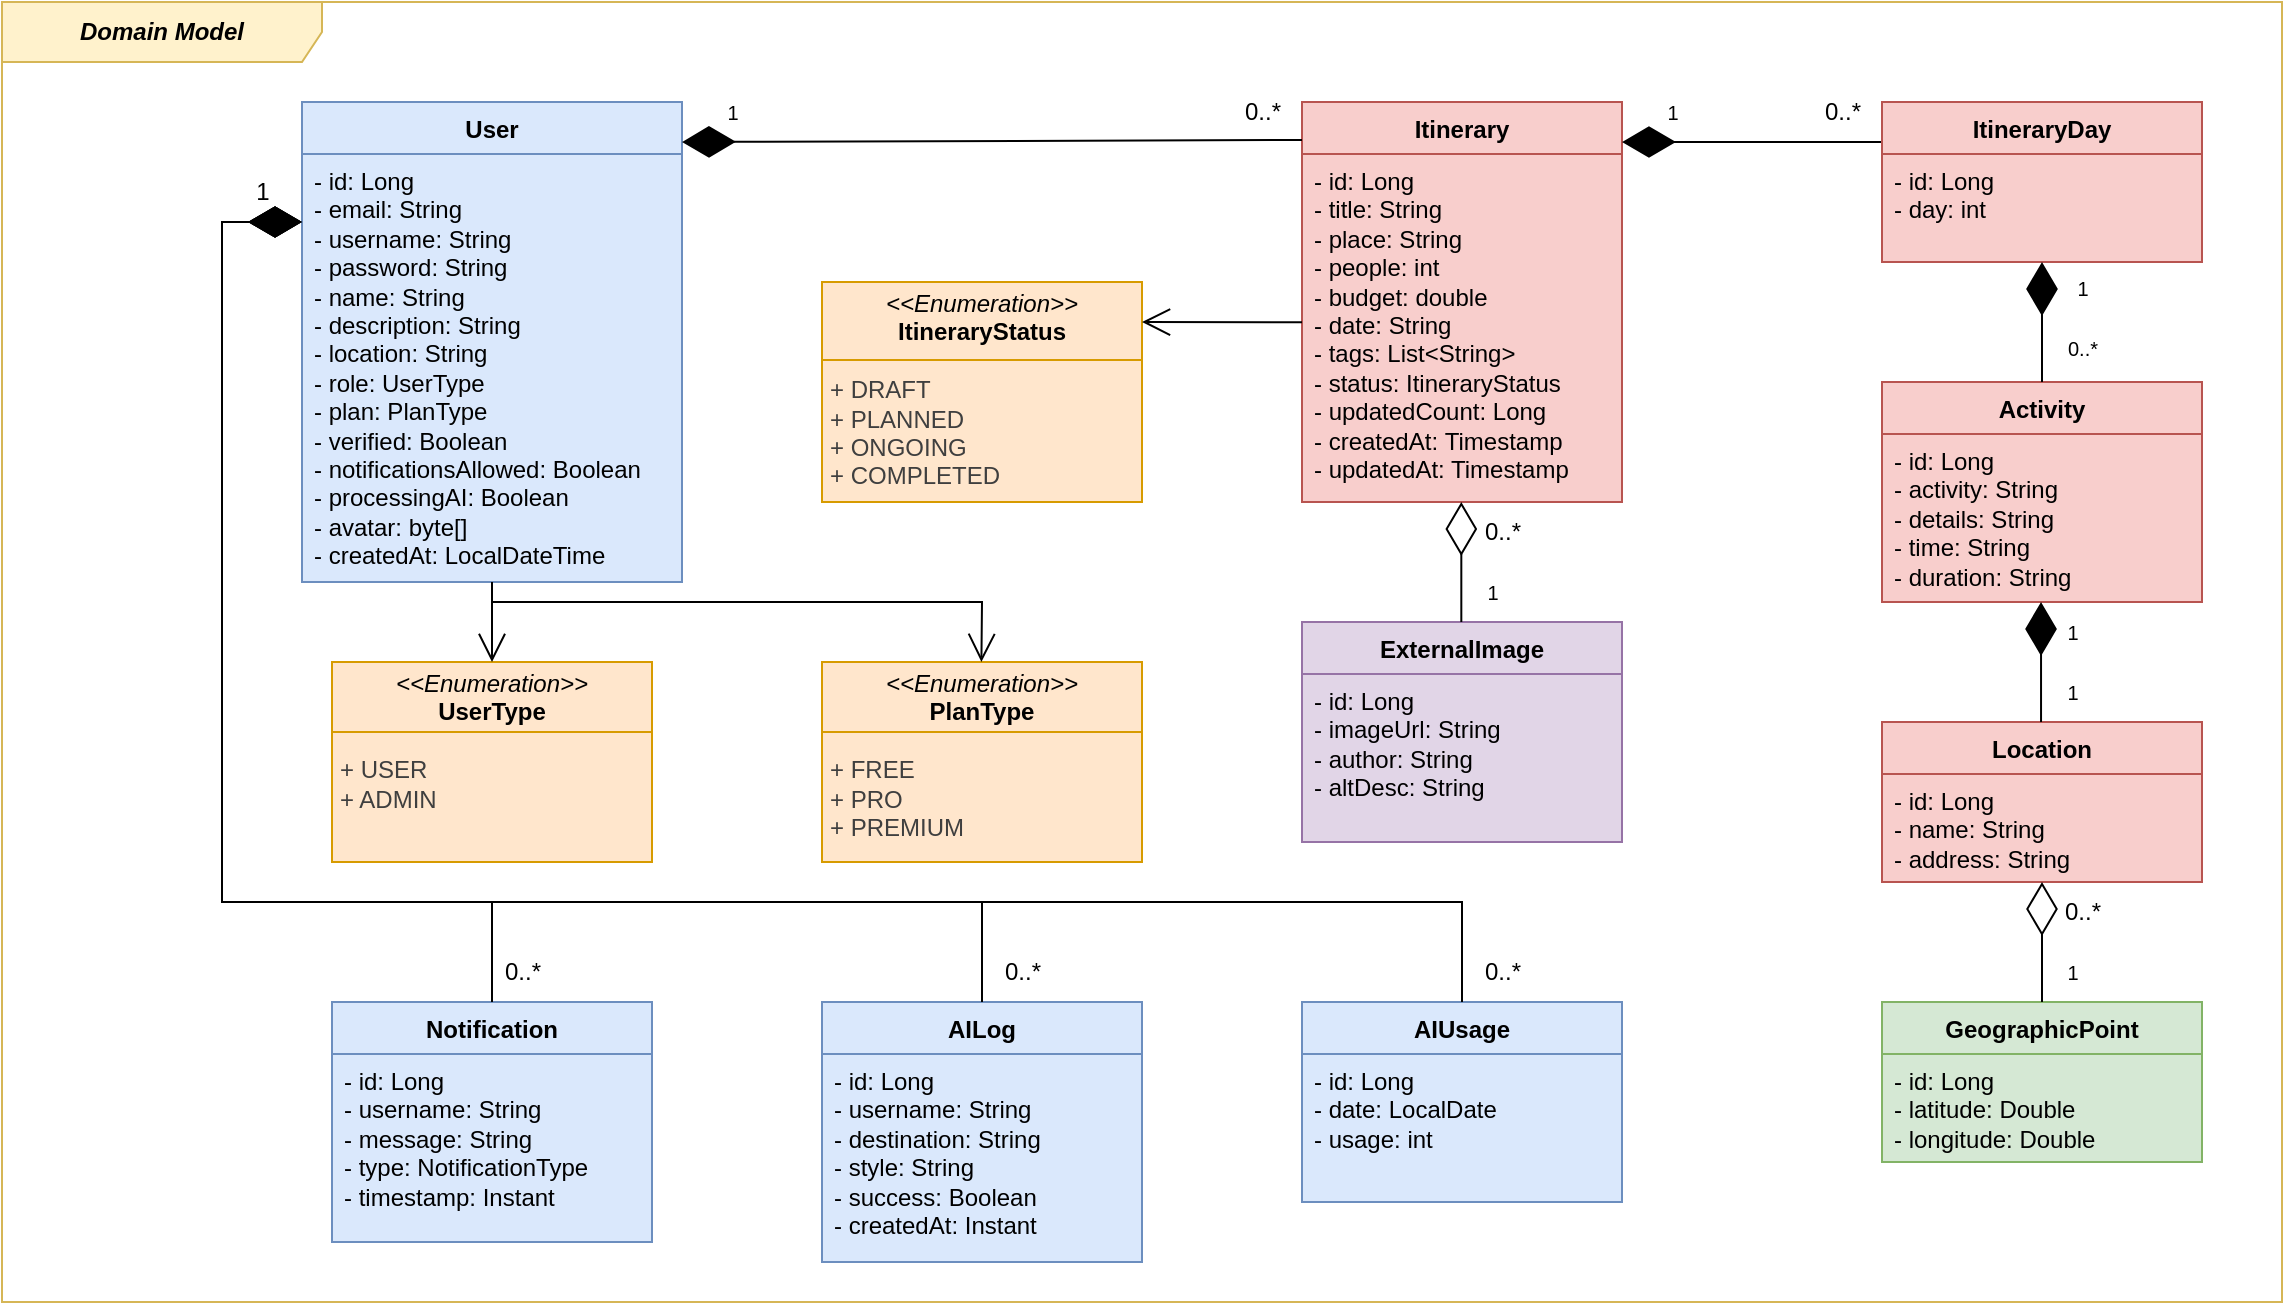
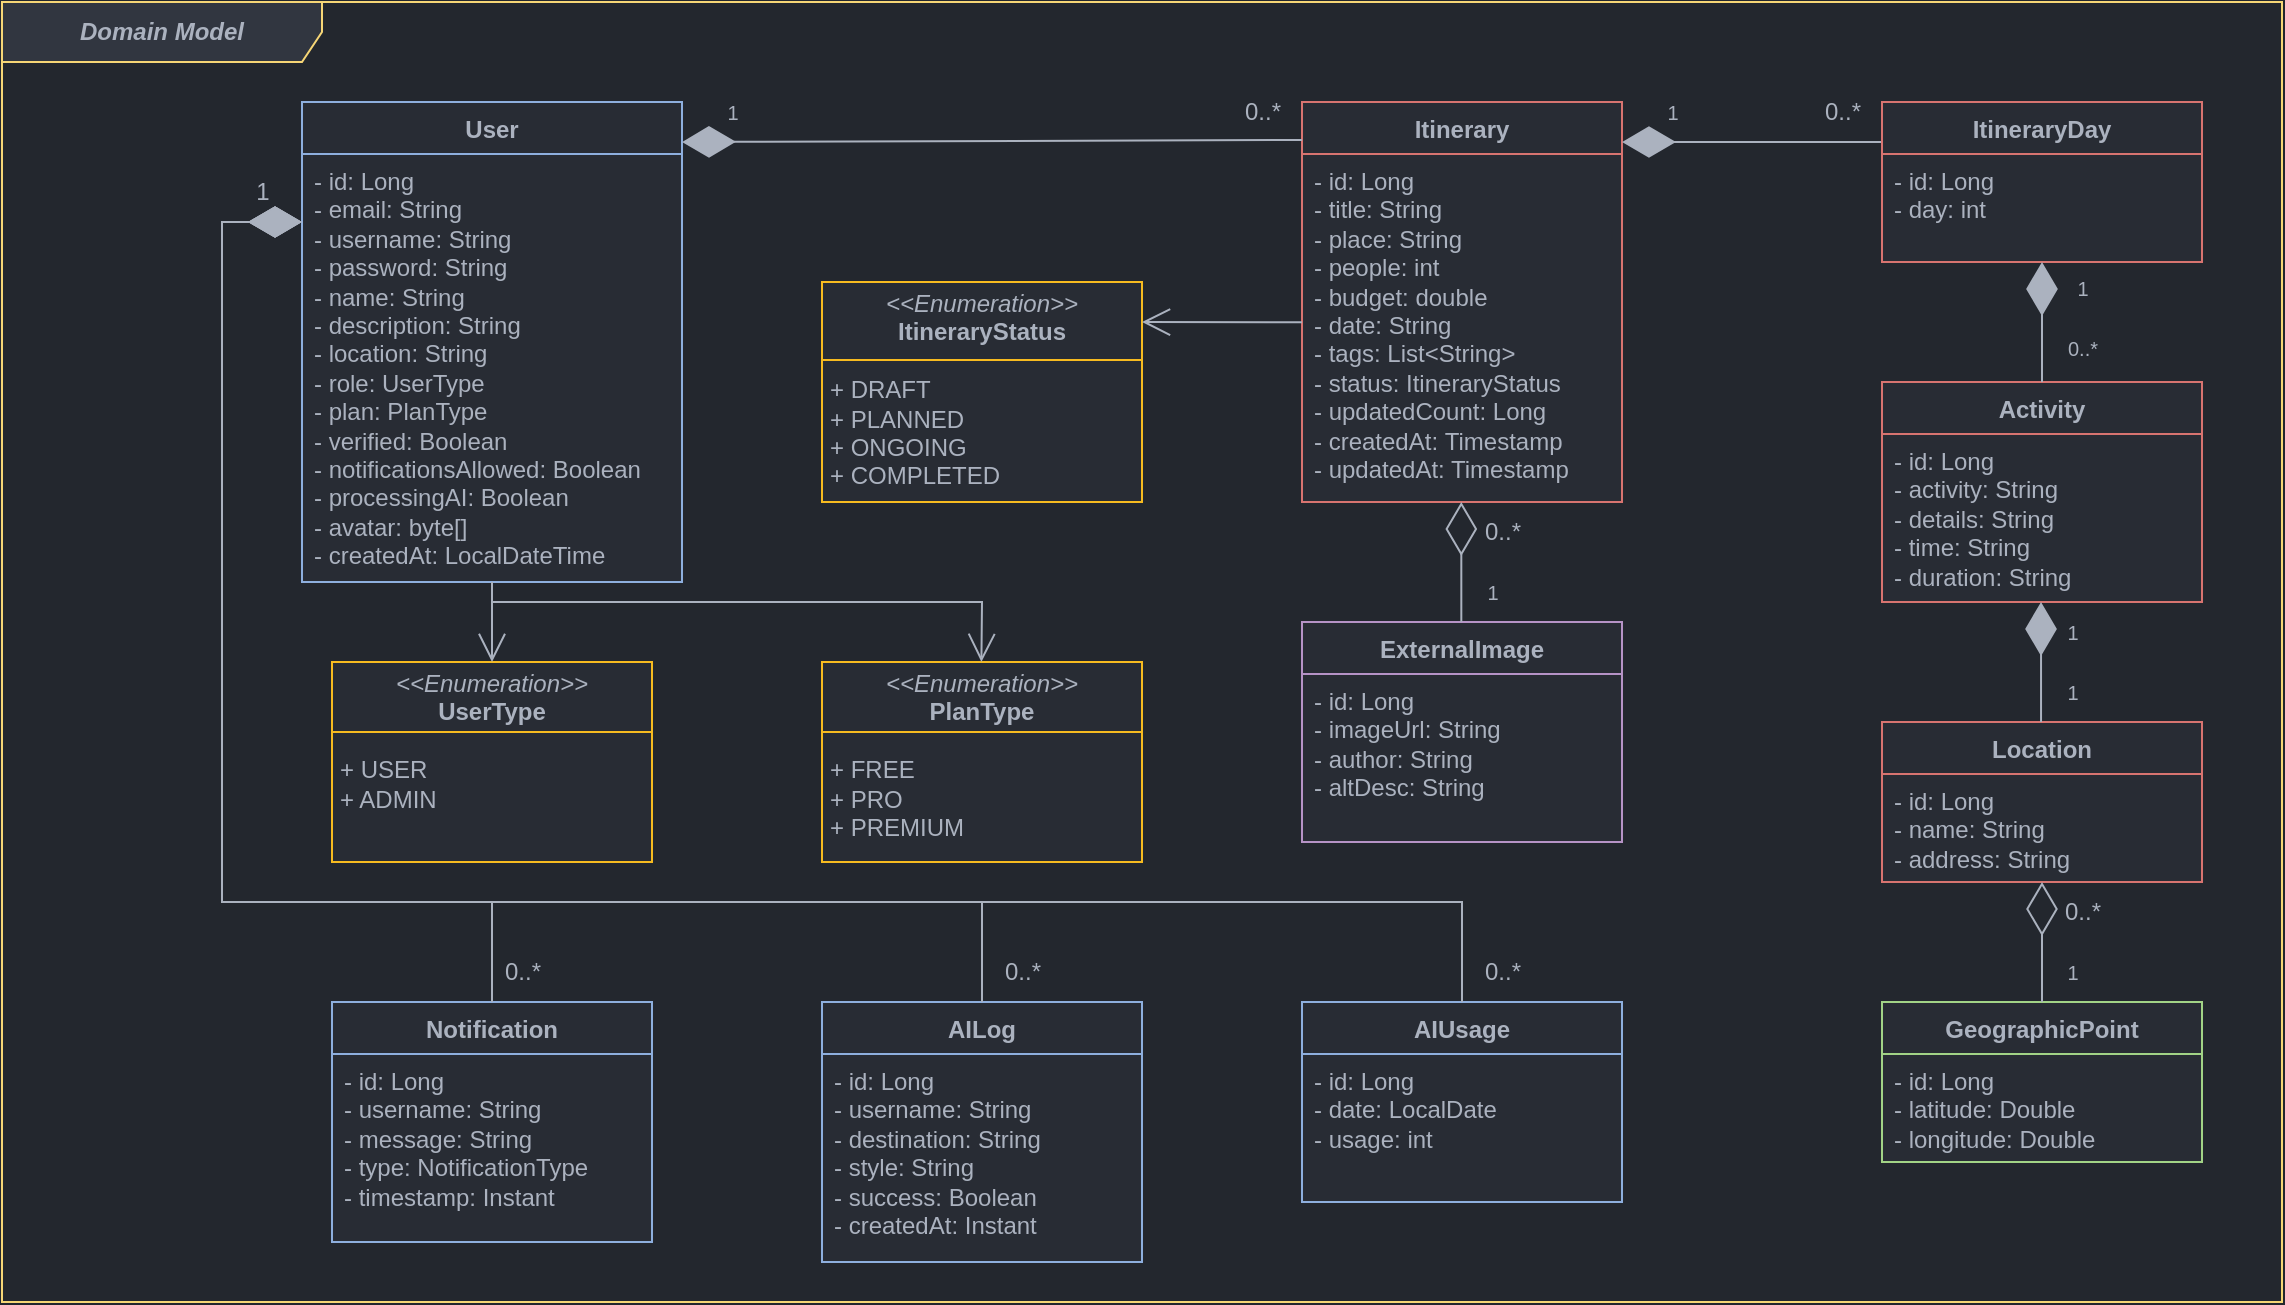
<mxfile host="65bd71144e">
    <diagram id="azJ6MKaJCP1aDgixRCS6" name="Page-1">
-         <mxGraphModel dx="1948" dy="975" grid="1" gridSize="10" guides="1" tooltips="1" connect="1" arrows="1" fold="1" page="1" pageScale="1" pageWidth="1654" pageHeight="1169" background="#FFFFFF" math="0" shadow="0">
+         <mxGraphModel dx="2032" dy="1268" grid="1" gridSize="10" guides="1" tooltips="1" connect="1" arrows="1" fold="1" page="1" pageScale="1" pageWidth="1654" pageHeight="1169" background="#23272e" math="0" shadow="0">
            <root>
                <mxCell id="0"/>
                <mxCell id="1" parent="0"/>
-                 <mxCell id="61" value="&lt;b&gt;&lt;i&gt;Domain Model&lt;/i&gt;&lt;/b&gt;" style="shape=umlFrame;whiteSpace=wrap;html=1;pointerEvents=0;recursiveResize=0;container=1;collapsible=0;width=160;swimlaneFillColor=default;fillColor=#fff2cc;strokeColor=#d6b656;movable=1;resizable=1;rotatable=1;deletable=1;editable=1;connectable=1;" parent="1" vertex="1">
+                 <mxCell id="61" value="&lt;b&gt;&lt;i&gt;Domain Model&lt;/i&gt;&lt;/b&gt;" style="shape=umlFrame;whiteSpace=wrap;html=1;pointerEvents=0;recursiveResize=0;container=1;collapsible=0;width=160;swimlaneFillColor=#23272e;fillColor=#313640;strokeColor=#F6D676;movable=1;resizable=1;rotatable=1;deletable=1;editable=1;connectable=1;fontColor=#abb2bf;" parent="1" vertex="1">
                    <mxGeometry x="170" y="110" width="1140" height="650" as="geometry"/>
                </mxCell>
-                 <mxCell id="39" value="&lt;font style=&quot;font-size: 10px;&quot;&gt;1&lt;/font&gt;" style="text;html=1;align=center;verticalAlign=middle;resizable=0;points=[];autosize=1;strokeColor=none;fillColor=none;imageAspect=1;imageWidth=12;noLabel=0;" parent="61" vertex="1">
+                 <mxCell id="39" value="&lt;font style=&quot;font-size: 10px;&quot;&gt;1&lt;/font&gt;" style="text;html=1;align=center;verticalAlign=middle;resizable=0;points=[];autosize=1;strokeColor=none;fillColor=none;imageAspect=1;imageWidth=12;noLabel=0;fontColor=#abb2bf;" parent="61" vertex="1">
                    <mxGeometry x="820" y="40" width="30" height="30" as="geometry"/>
                </mxCell>
-                 <mxCell id="10" value="Itinerary" style="swimlane;fontStyle=1;align=center;verticalAlign=top;childLayout=stackLayout;horizontal=1;startSize=26;horizontalStack=0;resizeParent=1;resizeParentMax=0;resizeLast=0;collapsible=0;marginBottom=0;whiteSpace=wrap;html=1;fillColor=#f8cecc;strokeColor=#b85450;" parent="61" vertex="1">
+                 <mxCell id="10" value="Itinerary" style="swimlane;fontStyle=1;align=center;verticalAlign=top;childLayout=stackLayout;horizontal=1;startSize=26;horizontalStack=0;resizeParent=1;resizeParentMax=0;resizeLast=0;collapsible=0;marginBottom=0;whiteSpace=wrap;html=1;fillColor=#282C34;strokeColor=#D87470;fontColor=#abb2bf;" parent="61" vertex="1">
                    <mxGeometry x="650" y="50" width="160" height="200" as="geometry">
                        <mxRectangle x="430" y="150" width="100" height="30" as="alternateBounds"/>
                    </mxGeometry>
                </mxCell>
-                 <mxCell id="11" value="- id: Long&lt;div&gt;- title: String&lt;/div&gt;&lt;div&gt;- place: String&lt;/div&gt;&lt;div&gt;- people: int&lt;/div&gt;&lt;div&gt;- budget: double&lt;/div&gt;&lt;div&gt;- date: String&lt;/div&gt;&lt;div&gt;- tags: List&amp;lt;String&amp;gt;&lt;/div&gt;&lt;div&gt;- status: ItineraryStatus&lt;/div&gt;&lt;div&gt;- updatedCount: Long&lt;/div&gt;&lt;div&gt;- createdAt:&amp;nbsp;Timestamp&lt;/div&gt;&lt;div&gt;- updatedAt: Timestamp&lt;/div&gt;" style="text;strokeColor=#b85450;fillColor=#f8cecc;align=left;verticalAlign=top;spacingLeft=4;spacingRight=4;overflow=hidden;rotatable=0;points=[[0,0.5],[1,0.5]];portConstraint=eastwest;whiteSpace=wrap;html=1;" parent="10" vertex="1">
+                 <mxCell id="11" value="- id: Long&lt;div&gt;- title: String&lt;/div&gt;&lt;div&gt;- place: String&lt;/div&gt;&lt;div&gt;- people: int&lt;/div&gt;&lt;div&gt;- budget: double&lt;/div&gt;&lt;div&gt;- date: String&lt;/div&gt;&lt;div&gt;- tags: List&amp;lt;String&amp;gt;&lt;/div&gt;&lt;div&gt;- status: ItineraryStatus&lt;/div&gt;&lt;div&gt;- updatedCount: Long&lt;/div&gt;&lt;div&gt;- createdAt:&amp;nbsp;Timestamp&lt;/div&gt;&lt;div&gt;- updatedAt: Timestamp&lt;/div&gt;" style="text;strokeColor=#D87470;fillColor=#282C34;align=left;verticalAlign=top;spacingLeft=4;spacingRight=4;overflow=hidden;rotatable=0;points=[[0,0.5],[1,0.5]];portConstraint=eastwest;whiteSpace=wrap;html=1;fontColor=#abb2bf;" parent="10" vertex="1">
                    <mxGeometry y="26" width="160" height="174" as="geometry"/>
                </mxCell>
-                 <mxCell id="105" value="ExternalImage" style="swimlane;fontStyle=1;align=center;verticalAlign=top;childLayout=stackLayout;horizontal=1;startSize=26;horizontalStack=0;resizeParent=1;resizeParentMax=0;resizeLast=0;collapsible=0;marginBottom=0;whiteSpace=wrap;html=1;fillColor=#e1d5e7;strokeColor=#9673a6;" parent="61" vertex="1">
+                 <mxCell id="105" value="ExternalImage" style="swimlane;fontStyle=1;align=center;verticalAlign=top;childLayout=stackLayout;horizontal=1;startSize=26;horizontalStack=0;resizeParent=1;resizeParentMax=0;resizeLast=0;collapsible=0;marginBottom=0;whiteSpace=wrap;html=1;fillColor=#282C34;strokeColor=#B693C6;fontColor=#abb2bf;" parent="61" vertex="1">
                    <mxGeometry x="650" y="310" width="160" height="110" as="geometry"/>
                </mxCell>
-                 <mxCell id="106" value="- id: Long&lt;div&gt;- imageUrl: String&lt;/div&gt;&lt;div&gt;- author: String&lt;/div&gt;&lt;div&gt;- altDesc: String&lt;/div&gt;" style="text;strokeColor=#9673a6;fillColor=#e1d5e7;align=left;verticalAlign=top;spacingLeft=4;spacingRight=4;overflow=hidden;rotatable=0;points=[[0,0.5],[1,0.5]];portConstraint=eastwest;whiteSpace=wrap;html=1;" parent="105" vertex="1">
+                 <mxCell id="106" value="- id: Long&lt;div&gt;- imageUrl: String&lt;/div&gt;&lt;div&gt;- author: String&lt;/div&gt;&lt;div&gt;- altDesc: String&lt;/div&gt;" style="text;strokeColor=#B693C6;fillColor=#282C34;align=left;verticalAlign=top;spacingLeft=4;spacingRight=4;overflow=hidden;rotatable=0;points=[[0,0.5],[1,0.5]];portConstraint=eastwest;whiteSpace=wrap;html=1;fontColor=#abb2bf;" parent="105" vertex="1">
                    <mxGeometry y="26" width="160" height="84" as="geometry"/>
                </mxCell>
-                 <mxCell id="3" value="&lt;p style=&quot;margin:0px;margin-top:4px;text-align:center;&quot;&gt;&lt;i&gt;&amp;lt;&amp;lt;Enumeration&amp;gt;&amp;gt;&lt;/i&gt;&lt;br&gt;&lt;b&gt;ItineraryStatus&lt;/b&gt;&lt;/p&gt;&lt;p style=&quot;color: rgb(63, 63, 63); scrollbar-color: rgb(226, 226, 226) rgb(251, 251, 251); margin: 0px 0px 0px 4px;&quot;&gt;&lt;br&gt;&lt;/p&gt;&lt;p style=&quot;color: rgb(63, 63, 63); scrollbar-color: rgb(226, 226, 226) rgb(251, 251, 251); margin: 0px 0px 0px 4px;&quot;&gt;+ DRAFT&lt;/p&gt;&lt;p style=&quot;color: rgb(63, 63, 63); scrollbar-color: rgb(226, 226, 226) rgb(251, 251, 251); margin: 0px 0px 0px 4px;&quot;&gt;+ PLANNED&lt;/p&gt;&lt;p style=&quot;color: rgb(63, 63, 63); scrollbar-color: rgb(226, 226, 226) rgb(251, 251, 251); margin: 0px 0px 0px 4px;&quot;&gt;+ ONGOING&lt;/p&gt;&lt;p style=&quot;color: rgb(63, 63, 63); scrollbar-color: rgb(226, 226, 226) rgb(251, 251, 251); margin: 0px 0px 0px 4px;&quot;&gt;+ COMPLETED&lt;/p&gt;" style="verticalAlign=top;align=left;overflow=fill;html=1;whiteSpace=wrap;fillColor=#ffe6cc;strokeColor=#d79b00;" parent="61" vertex="1">
+                 <mxCell id="3" value="&lt;p style=&quot;margin:0px;margin-top:4px;text-align:center;&quot;&gt;&lt;i&gt;&amp;lt;&amp;lt;Enumeration&amp;gt;&amp;gt;&lt;/i&gt;&lt;br&gt;&lt;b&gt;ItineraryStatus&lt;/b&gt;&lt;/p&gt;&lt;p style=&quot;color: #abb2bf; scrollbar-color: rgb(226, 226, 226) rgb(251, 251, 251); margin: 0px 0px 0px 4px;&quot;&gt;&lt;br&gt;&lt;/p&gt;&lt;p style=&quot;color: #abb2bf; scrollbar-color: rgb(226, 226, 226) rgb(251, 251, 251); margin: 0px 0px 0px 4px;&quot;&gt;+ DRAFT&lt;/p&gt;&lt;p style=&quot;color: #abb2bf; scrollbar-color: rgb(226, 226, 226) rgb(251, 251, 251); margin: 0px 0px 0px 4px;&quot;&gt;+ PLANNED&lt;/p&gt;&lt;p style=&quot;color: #abb2bf; scrollbar-color: rgb(226, 226, 226) rgb(251, 251, 251); margin: 0px 0px 0px 4px;&quot;&gt;+ ONGOING&lt;/p&gt;&lt;p style=&quot;color: #abb2bf; scrollbar-color: rgb(226, 226, 226) rgb(251, 251, 251); margin: 0px 0px 0px 4px;&quot;&gt;+ COMPLETED&lt;/p&gt;" style="verticalAlign=top;align=left;overflow=fill;html=1;whiteSpace=wrap;fillColor=#282C34;strokeColor=#F7BB20;fontColor=#abb2bf;" parent="61" vertex="1">
                    <mxGeometry x="410" y="140" width="160" height="110" as="geometry"/>
                </mxCell>
-                 <mxCell id="107" value="AILog" style="swimlane;fontStyle=1;align=center;verticalAlign=top;childLayout=stackLayout;horizontal=1;startSize=26;horizontalStack=0;resizeParent=1;resizeParentMax=0;resizeLast=0;collapsible=0;marginBottom=0;whiteSpace=wrap;html=1;fillColor=#dae8fc;strokeColor=#6c8ebf;" parent="61" vertex="1">
+                 <mxCell id="107" value="AILog" style="swimlane;fontStyle=1;align=center;verticalAlign=top;childLayout=stackLayout;horizontal=1;startSize=26;horizontalStack=0;resizeParent=1;resizeParentMax=0;resizeLast=0;collapsible=0;marginBottom=0;whiteSpace=wrap;html=1;fillColor=#282C34;strokeColor=#8EAFDE;fontColor=#abb2bf;" parent="61" vertex="1">
                    <mxGeometry x="410" y="500" width="160" height="130" as="geometry"/>
                </mxCell>
-                 <mxCell id="108" value="- id: Long&lt;div&gt;- username: String&lt;/div&gt;&lt;div&gt;- destination: String&lt;/div&gt;&lt;div&gt;- style: String&lt;/div&gt;&lt;div&gt;- success: Boolean&lt;/div&gt;&lt;div&gt;- createdAt: Instant&lt;/div&gt;" style="text;strokeColor=#6c8ebf;fillColor=#dae8fc;align=left;verticalAlign=top;spacingLeft=4;spacingRight=4;overflow=hidden;rotatable=0;points=[[0,0.5],[1,0.5]];portConstraint=eastwest;whiteSpace=wrap;html=1;" parent="107" vertex="1">
+                 <mxCell id="108" value="- id: Long&lt;div&gt;- username: String&lt;/div&gt;&lt;div&gt;- destination: String&lt;/div&gt;&lt;div&gt;- style: String&lt;/div&gt;&lt;div&gt;- success: Boolean&lt;/div&gt;&lt;div&gt;- createdAt: Instant&lt;/div&gt;" style="text;strokeColor=#8EAFDE;fillColor=#282C34;align=left;verticalAlign=top;spacingLeft=4;spacingRight=4;overflow=hidden;rotatable=0;points=[[0,0.5],[1,0.5]];portConstraint=eastwest;whiteSpace=wrap;html=1;fontColor=#abb2bf;" parent="107" vertex="1">
                    <mxGeometry y="26" width="160" height="104" as="geometry"/>
                </mxCell>
-                 <mxCell id="103" value="AIUsage" style="swimlane;fontStyle=1;align=center;verticalAlign=top;childLayout=stackLayout;horizontal=1;startSize=26;horizontalStack=0;resizeParent=1;resizeParentMax=0;resizeLast=0;collapsible=0;marginBottom=0;whiteSpace=wrap;html=1;fillColor=#dae8fc;strokeColor=#6c8ebf;" parent="61" vertex="1">
+                 <mxCell id="103" value="AIUsage" style="swimlane;fontStyle=1;align=center;verticalAlign=top;childLayout=stackLayout;horizontal=1;startSize=26;horizontalStack=0;resizeParent=1;resizeParentMax=0;resizeLast=0;collapsible=0;marginBottom=0;whiteSpace=wrap;html=1;fillColor=#282C34;strokeColor=#8EAFDE;fontColor=#abb2bf;" parent="61" vertex="1">
                    <mxGeometry x="650" y="500" width="160" height="100" as="geometry"/>
                </mxCell>
-                 <mxCell id="104" value="- id: Long&lt;div&gt;- date: LocalDate&lt;/div&gt;&lt;div&gt;- usage: int&lt;/div&gt;" style="text;strokeColor=#6c8ebf;fillColor=#dae8fc;align=left;verticalAlign=top;spacingLeft=4;spacingRight=4;overflow=hidden;rotatable=0;points=[[0,0.5],[1,0.5]];portConstraint=eastwest;whiteSpace=wrap;html=1;" parent="103" vertex="1">
+                 <mxCell id="104" value="- id: Long&lt;div&gt;- date: LocalDate&lt;/div&gt;&lt;div&gt;- usage: int&lt;/div&gt;" style="text;strokeColor=#8EAFDE;fillColor=#282c34;align=left;verticalAlign=top;spacingLeft=4;spacingRight=4;overflow=hidden;rotatable=0;points=[[0,0.5],[1,0.5]];portConstraint=eastwest;whiteSpace=wrap;html=1;fontColor=#abb2bf;" parent="103" vertex="1">
                    <mxGeometry y="26" width="160" height="74" as="geometry"/>
                </mxCell>
-                 <mxCell id="120" value="" style="endArrow=diamondThin;endFill=1;endSize=24;html=1;entryX=1.008;entryY=0.088;entryDx=0;entryDy=0;entryPerimeter=0;" edge="1" parent="61">
+                 <mxCell id="120" value="" style="endArrow=diamondThin;endFill=1;endSize=24;html=1;entryX=1.008;entryY=0.088;entryDx=0;entryDy=0;entryPerimeter=0;fontColor=#abb2bf;strokeColor=#abb2bf;" parent="61" edge="1">
                    <mxGeometry width="160" relative="1" as="geometry">
                        <mxPoint x="940" y="70" as="sourcePoint"/>
                        <mxPoint x="810.0000000000002" y="70.0019999999999" as="targetPoint"/>
                    </mxGeometry>
                </mxCell>
-                 <mxCell id="121" value="" style="endArrow=open;endFill=1;endSize=12;html=1;" edge="1" parent="61">
+                 <mxCell id="121" value="" style="endArrow=open;endFill=1;endSize=12;html=1;fontColor=#abb2bf;strokeColor=#abb2bf;" parent="61" edge="1">
                    <mxGeometry width="160" relative="1" as="geometry">
                        <mxPoint x="650" y="160.14" as="sourcePoint"/>
                        <mxPoint x="570" y="160" as="targetPoint"/>
                    </mxGeometry>
                </mxCell>
-                 <mxCell id="54" value="" style="line;strokeWidth=1;fillColor=#ffe6cc;align=left;verticalAlign=middle;spacingTop=-1;spacingLeft=3;spacingRight=3;rotatable=0;labelPosition=right;points=[];portConstraint=eastwest;strokeColor=#d79b00;" parent="61" vertex="1">
+                 <mxCell id="54" value="" style="line;strokeWidth=1;fillColor=#3A2A1E;align=left;verticalAlign=middle;spacingTop=-1;spacingLeft=3;spacingRight=3;rotatable=0;labelPosition=right;points=[];portConstraint=eastwest;strokeColor=#F7BB20;fontColor=#abb2bf;" parent="61" vertex="1">
                    <mxGeometry x="410" y="170" width="160" height="18" as="geometry"/>
                </mxCell>
-                 <mxCell id="52" value="&lt;span style=&quot;font-size: 10px;&quot;&gt;1&lt;/span&gt;" style="text;html=1;align=center;verticalAlign=middle;resizable=0;points=[];autosize=1;strokeColor=none;fillColor=none;imageAspect=1;imageWidth=12;noLabel=0;" parent="61" vertex="1">
+                 <mxCell id="52" value="&lt;span style=&quot;font-size: 10px;&quot;&gt;1&lt;/span&gt;" style="text;html=1;align=center;verticalAlign=middle;resizable=0;points=[];autosize=1;strokeColor=none;fillColor=none;imageAspect=1;imageWidth=12;noLabel=0;fontColor=#abb2bf;" parent="61" vertex="1">
                    <mxGeometry x="1020" y="470" width="30" height="30" as="geometry"/>
                </mxCell>
-                 <mxCell id="125" value="" style="endArrow=diamondThin;endFill=0;endSize=24;html=1;entryX=0.5;entryY=1;entryDx=0;entryDy=0;entryPerimeter=0;exitX=0.5;exitY=0;exitDx=0;exitDy=0;" edge="1" parent="61">
+                 <mxCell id="125" value="" style="endArrow=diamondThin;endFill=0;endSize=24;html=1;entryX=0.5;entryY=1;entryDx=0;entryDy=0;entryPerimeter=0;exitX=0.5;exitY=0;exitDx=0;exitDy=0;fontColor=#abb2bf;strokeColor=#abb2bf;" parent="61" edge="1">
                    <mxGeometry width="160" relative="1" as="geometry">
                        <mxPoint x="729.6600000000001" y="310" as="sourcePoint"/>
                        <mxPoint x="729.6600000000001" y="249.9999999999999" as="targetPoint"/>
                    </mxGeometry>
                </mxCell>
-                 <mxCell id="126" value="&lt;span style=&quot;font-size: 10px;&quot;&gt;1&lt;/span&gt;" style="text;html=1;align=center;verticalAlign=middle;resizable=0;points=[];autosize=1;strokeColor=none;fillColor=none;imageAspect=1;imageWidth=12;noLabel=0;" vertex="1" parent="61">
+                 <mxCell id="126" value="&lt;span style=&quot;font-size: 10px;&quot;&gt;1&lt;/span&gt;" style="text;html=1;align=center;verticalAlign=middle;resizable=0;points=[];autosize=1;strokeColor=none;fillColor=none;imageAspect=1;imageWidth=12;noLabel=0;fontColor=#abb2bf;" parent="61" vertex="1">
                    <mxGeometry x="730" y="280" width="30" height="30" as="geometry"/>
                </mxCell>
-                 <mxCell id="127" value="0..*" style="text;html=1;align=center;verticalAlign=middle;resizable=0;points=[];autosize=1;strokeColor=none;fillColor=none;imageAspect=1;imageWidth=12;noLabel=0;" vertex="1" parent="61">
+                 <mxCell id="127" value="0..*" style="text;html=1;align=center;verticalAlign=middle;resizable=0;points=[];autosize=1;strokeColor=none;fillColor=none;imageAspect=1;imageWidth=12;noLabel=0;fontColor=#abb2bf;" parent="61" vertex="1">
                    <mxGeometry x="730" y="250" width="40" height="30" as="geometry"/>
                </mxCell>
-                 <mxCell id="128" value="0..*" style="text;html=1;align=center;verticalAlign=middle;resizable=0;points=[];autosize=1;strokeColor=none;fillColor=none;imageAspect=1;imageWidth=12;noLabel=0;" vertex="1" parent="61">
+                 <mxCell id="128" value="0..*" style="text;html=1;align=center;verticalAlign=middle;resizable=0;points=[];autosize=1;strokeColor=none;fillColor=none;imageAspect=1;imageWidth=12;noLabel=0;fontColor=#abb2bf;" parent="61" vertex="1">
                    <mxGeometry x="900" y="40" width="40" height="30" as="geometry"/>
                </mxCell>
-                 <mxCell id="100" value="&lt;p style=&quot;margin:0px;margin-top:4px;text-align:center;&quot;&gt;&lt;i&gt;&amp;lt;&amp;lt;Enumeration&amp;gt;&amp;gt;&lt;/i&gt;&lt;br&gt;&lt;b&gt;PlanType&lt;/b&gt;&lt;/p&gt;&lt;p style=&quot;color: rgb(63, 63, 63); scrollbar-color: rgb(226, 226, 226) rgb(251, 251, 251); margin: 0px 0px 0px 4px;&quot;&gt;&lt;br&gt;&lt;/p&gt;&lt;p style=&quot;color: rgb(63, 63, 63); scrollbar-color: rgb(226, 226, 226) rgb(251, 251, 251); margin: 0px 0px 0px 4px;&quot;&gt;+ FREE&lt;/p&gt;&lt;p style=&quot;color: rgb(63, 63, 63); scrollbar-color: rgb(226, 226, 226) rgb(251, 251, 251); margin: 0px 0px 0px 4px;&quot;&gt;+ PRO&lt;/p&gt;&lt;p style=&quot;color: rgb(63, 63, 63); scrollbar-color: rgb(226, 226, 226) rgb(251, 251, 251); margin: 0px 0px 0px 4px;&quot;&gt;+ PREMIUM&lt;/p&gt;" style="verticalAlign=top;align=left;overflow=fill;html=1;whiteSpace=wrap;fillColor=#ffe6cc;strokeColor=#d79b00;" parent="61" vertex="1">
+                 <mxCell id="100" value="&lt;p style=&quot;margin:0px;margin-top:4px;text-align:center;&quot;&gt;&lt;i&gt;&amp;lt;&amp;lt;Enumeration&amp;gt;&amp;gt;&lt;/i&gt;&lt;br&gt;&lt;b&gt;PlanType&lt;/b&gt;&lt;/p&gt;&lt;p style=&quot;color: #abb2bf; scrollbar-color: rgb(226, 226, 226) rgb(251, 251, 251); margin: 0px 0px 0px 4px;&quot;&gt;&lt;br&gt;&lt;/p&gt;&lt;p style=&quot;color: #abb2bf; scrollbar-color: rgb(226, 226, 226) rgb(251, 251, 251); margin: 0px 0px 0px 4px;&quot;&gt;+ FREE&lt;/p&gt;&lt;p style=&quot;color: #abb2bf; scrollbar-color: rgb(226, 226, 226) rgb(251, 251, 251); margin: 0px 0px 0px 4px;&quot;&gt;+ PRO&lt;/p&gt;&lt;p style=&quot;color: #abb2bf; scrollbar-color: rgb(226, 226, 226) rgb(251, 251, 251); margin: 0px 0px 0px 4px;&quot;&gt;+ PREMIUM&lt;/p&gt;" style="verticalAlign=top;align=left;overflow=fill;html=1;whiteSpace=wrap;fillColor=#282C34;strokeColor=#F7BB20;fontColor=#abb2bf;" parent="61" vertex="1">
                    <mxGeometry x="410" y="330" width="160" height="100" as="geometry"/>
                </mxCell>
-                 <mxCell id="5" value="User" style="swimlane;fontStyle=1;align=center;verticalAlign=top;childLayout=stackLayout;horizontal=1;startSize=26;horizontalStack=0;resizeParent=1;resizeParentMax=0;resizeLast=0;collapsible=0;marginBottom=0;whiteSpace=wrap;html=1;swimlaneLine=1;fillColor=#dae8fc;strokeColor=#6c8ebf;" parent="61" vertex="1">
+                 <mxCell id="5" value="User" style="swimlane;fontStyle=1;align=center;verticalAlign=top;childLayout=stackLayout;horizontal=1;startSize=26;horizontalStack=0;resizeParent=1;resizeParentMax=0;resizeLast=0;collapsible=0;marginBottom=0;whiteSpace=wrap;html=1;swimlaneLine=1;fillColor=#282C34;strokeColor=#8EAFDE;fontColor=#abb2bf;" parent="61" vertex="1">
                    <mxGeometry x="150" y="50" width="190" height="240" as="geometry">
                        <mxRectangle x="80" y="240" width="100" height="30" as="alternateBounds"/>
                    </mxGeometry>
                </mxCell>
-                 <mxCell id="6" value="- id: Long&lt;div&gt;- email: String&lt;/div&gt;&lt;div&gt;- username: String&lt;/div&gt;&lt;div&gt;- password: String&lt;/div&gt;&lt;div&gt;- name: String&lt;/div&gt;&lt;div&gt;- description: String&lt;/div&gt;&lt;div&gt;- location: String&lt;/div&gt;&lt;div&gt;- role: UserType&lt;/div&gt;&lt;div&gt;- plan: PlanType&lt;/div&gt;&lt;div&gt;- verified: Boolean&lt;/div&gt;&lt;div&gt;- notificationsAllowed: Boolean&lt;/div&gt;&lt;div&gt;- processingAI: Boolean&lt;/div&gt;&lt;div&gt;- avatar: byte[]&lt;/div&gt;&lt;div&gt;- createdAt:&amp;nbsp;LocalDateTime&lt;/div&gt;" style="text;strokeColor=#6c8ebf;fillColor=#dae8fc;align=left;verticalAlign=top;spacingLeft=4;spacingRight=4;overflow=hidden;rotatable=0;points=[[0,0.5],[1,0.5]];portConstraint=eastwest;whiteSpace=wrap;html=1;" parent="5" vertex="1">
+                 <mxCell id="6" value="- id: Long&lt;div&gt;- email: String&lt;/div&gt;&lt;div&gt;- username: String&lt;/div&gt;&lt;div&gt;- password: String&lt;/div&gt;&lt;div&gt;- name: String&lt;/div&gt;&lt;div&gt;- description: String&lt;/div&gt;&lt;div&gt;- location: String&lt;/div&gt;&lt;div&gt;- role: UserType&lt;/div&gt;&lt;div&gt;- plan: PlanType&lt;/div&gt;&lt;div&gt;- verified: Boolean&lt;/div&gt;&lt;div&gt;- notificationsAllowed: Boolean&lt;/div&gt;&lt;div&gt;- processingAI: Boolean&lt;/div&gt;&lt;div&gt;- avatar: byte[]&lt;/div&gt;&lt;div&gt;- createdAt:&amp;nbsp;LocalDateTime&lt;/div&gt;" style="text;strokeColor=#8EAFDE;fillColor=#282C34;align=left;verticalAlign=top;spacingLeft=4;spacingRight=4;overflow=hidden;rotatable=0;points=[[0,0.5],[1,0.5]];portConstraint=eastwest;whiteSpace=wrap;html=1;fontColor=#abb2bf;" parent="5" vertex="1">
                    <mxGeometry y="26" width="190" height="214" as="geometry"/>
                </mxCell>
-                 <mxCell id="57" value="&lt;p style=&quot;margin:0px;margin-top:4px;text-align:center;&quot;&gt;&lt;i&gt;&amp;lt;&amp;lt;Enumeration&amp;gt;&amp;gt;&lt;/i&gt;&lt;br&gt;&lt;b&gt;UserType&lt;/b&gt;&lt;/p&gt;&lt;p style=&quot;color: rgb(63, 63, 63); scrollbar-color: rgb(226, 226, 226) rgb(251, 251, 251); margin: 0px 0px 0px 4px;&quot;&gt;&lt;br&gt;&lt;/p&gt;&lt;p style=&quot;color: rgb(63, 63, 63); scrollbar-color: rgb(226, 226, 226) rgb(251, 251, 251); margin: 0px 0px 0px 4px;&quot;&gt;+ USER&lt;/p&gt;&lt;p style=&quot;color: rgb(63, 63, 63); scrollbar-color: rgb(226, 226, 226) rgb(251, 251, 251); margin: 0px 0px 0px 4px;&quot;&gt;+ ADMIN&lt;/p&gt;" style="verticalAlign=top;align=left;overflow=fill;html=1;whiteSpace=wrap;fillColor=#ffe6cc;strokeColor=#d79b00;" parent="61" vertex="1">
+                 <mxCell id="57" value="&lt;p style=&quot;margin:0px;margin-top:4px;text-align:center;&quot;&gt;&lt;i&gt;&amp;lt;&amp;lt;Enumeration&amp;gt;&amp;gt;&lt;/i&gt;&lt;br&gt;&lt;b&gt;UserType&lt;/b&gt;&lt;/p&gt;&lt;p style=&quot;color: #abb2bf; scrollbar-color: rgb(226, 226, 226) rgb(251, 251, 251); margin: 0px 0px 0px 4px;&quot;&gt;&lt;br&gt;&lt;/p&gt;&lt;p style=&quot;color: #abb2bf; scrollbar-color: rgb(226, 226, 226) rgb(251, 251, 251); margin: 0px 0px 0px 4px;&quot;&gt;+ USER&lt;/p&gt;&lt;p style=&quot;color: #abb2bf; scrollbar-color: rgb(226, 226, 226) rgb(251, 251, 251); margin: 0px 0px 0px 4px;&quot;&gt;+ ADMIN&lt;/p&gt;" style="verticalAlign=top;align=left;overflow=fill;html=1;whiteSpace=wrap;fillColor=#282C34;strokeColor=#F7BB20;fontColor=#abb2bf;" parent="61" vertex="1">
                    <mxGeometry x="165" y="330" width="160" height="100" as="geometry"/>
                </mxCell>
-                 <mxCell id="129" value="" style="endArrow=open;endFill=1;endSize=12;html=1;" edge="1" parent="61" source="6" target="57">
+                 <mxCell id="129" value="" style="endArrow=open;endFill=1;endSize=12;html=1;fontColor=#abb2bf;strokeColor=#abb2bf;" parent="61" source="6" target="57" edge="1">
                    <mxGeometry width="160" relative="1" as="geometry">
                        <mxPoint x="360" y="310.14" as="sourcePoint"/>
                        <mxPoint x="280" y="310" as="targetPoint"/>
                    </mxGeometry>
                </mxCell>
-                 <mxCell id="131" value="" style="endArrow=open;endFill=1;endSize=12;html=1;rounded=0;" edge="1" parent="61">
+                 <mxCell id="131" value="" style="endArrow=open;endFill=1;endSize=12;html=1;rounded=0;fontColor=#abb2bf;strokeColor=#abb2bf;" parent="61" edge="1">
                    <mxGeometry width="160" relative="1" as="geometry">
                        <mxPoint x="245" y="290" as="sourcePoint"/>
                        <mxPoint x="489.71" y="330" as="targetPoint"/>
                        <Array as="points">
                            <mxPoint x="245" y="300"/>
                            <mxPoint x="490" y="300"/>
                        </Array>
                    </mxGeometry>
                </mxCell>
-                 <mxCell id="101" value="Notification" style="swimlane;fontStyle=1;align=center;verticalAlign=top;childLayout=stackLayout;horizontal=1;startSize=26;horizontalStack=0;resizeParent=1;resizeParentMax=0;resizeLast=0;collapsible=0;marginBottom=0;whiteSpace=wrap;html=1;fillColor=#dae8fc;strokeColor=#6c8ebf;" parent="61" vertex="1">
+                 <mxCell id="101" value="Notification" style="swimlane;fontStyle=1;align=center;verticalAlign=top;childLayout=stackLayout;horizontal=1;startSize=26;horizontalStack=0;resizeParent=1;resizeParentMax=0;resizeLast=0;collapsible=0;marginBottom=0;whiteSpace=wrap;html=1;fillColor=#282C34;strokeColor=#8EAFDE;fontColor=#abb2bf;" parent="61" vertex="1">
                    <mxGeometry x="165" y="500" width="160" height="120" as="geometry"/>
                </mxCell>
-                 <mxCell id="102" value="- id: Long&lt;div&gt;- username: String&lt;/div&gt;&lt;div&gt;- message: String&lt;/div&gt;&lt;div&gt;- type: NotificationType&lt;/div&gt;&lt;div&gt;- timestamp: Instant&lt;/div&gt;" style="text;strokeColor=#6c8ebf;fillColor=#dae8fc;align=left;verticalAlign=top;spacingLeft=4;spacingRight=4;overflow=hidden;rotatable=0;points=[[0,0.5],[1,0.5]];portConstraint=eastwest;whiteSpace=wrap;html=1;" parent="101" vertex="1">
+                 <mxCell id="102" value="- id: Long&lt;div&gt;- username: String&lt;/div&gt;&lt;div&gt;- message: String&lt;/div&gt;&lt;div&gt;- type: NotificationType&lt;/div&gt;&lt;div&gt;- timestamp: Instant&lt;/div&gt;" style="text;strokeColor=#8EAFDE;fillColor=#282C34;align=left;verticalAlign=top;spacingLeft=4;spacingRight=4;overflow=hidden;rotatable=0;points=[[0,0.5],[1,0.5]];portConstraint=eastwest;whiteSpace=wrap;html=1;fontColor=#abb2bf;" parent="101" vertex="1">
                    <mxGeometry y="26" width="160" height="94" as="geometry"/>
                </mxCell>
-                 <mxCell id="132" value="" style="endArrow=diamondThin;endFill=1;endSize=24;html=1;" edge="1" parent="61">
+                 <mxCell id="132" value="" style="endArrow=diamondThin;endFill=1;endSize=24;html=1;fontColor=#abb2bf;strokeColor=#abb2bf;" parent="61" edge="1">
                    <mxGeometry width="160" relative="1" as="geometry">
                        <mxPoint x="650" y="69" as="sourcePoint"/>
                        <mxPoint x="340" y="70" as="targetPoint"/>
                    </mxGeometry>
                </mxCell>
-                 <mxCell id="134" value="" style="endArrow=diamondThin;endFill=1;endSize=24;html=1;rounded=0;exitX=0.5;exitY=0;exitDx=0;exitDy=0;" edge="1" parent="61" source="101">
+                 <mxCell id="134" value="" style="endArrow=diamondThin;endFill=1;endSize=24;html=1;rounded=0;exitX=0.5;exitY=0;exitDx=0;exitDy=0;fontColor=#abb2bf;strokeColor=#abb2bf;" parent="61" source="101" edge="1">
                    <mxGeometry width="160" relative="1" as="geometry">
                        <mxPoint x="240" y="450" as="sourcePoint"/>
                        <mxPoint x="150" y="110" as="targetPoint"/>
                        <Array as="points">
                            <mxPoint x="245" y="450"/>
                            <mxPoint x="110" y="450"/>
                            <mxPoint x="110" y="110"/>
                        </Array>
                    </mxGeometry>
                </mxCell>
-                 <mxCell id="136" value="" style="endArrow=diamondThin;endFill=1;endSize=24;html=1;rounded=0;exitX=0.5;exitY=0;exitDx=0;exitDy=0;entryX=0;entryY=0.25;entryDx=0;entryDy=0;" edge="1" parent="61" source="107" target="5">
+                 <mxCell id="136" value="" style="endArrow=diamondThin;endFill=1;endSize=24;html=1;rounded=0;exitX=0.5;exitY=0;exitDx=0;exitDy=0;entryX=0;entryY=0.25;entryDx=0;entryDy=0;fontColor=#abb2bf;strokeColor=#abb2bf;" parent="61" source="107" target="5" edge="1">
                    <mxGeometry width="160" relative="1" as="geometry">
                        <mxPoint x="425" y="620" as="sourcePoint"/>
                        <mxPoint x="330" y="230" as="targetPoint"/>
                        <Array as="points">
                            <mxPoint x="490" y="460"/>
                            <mxPoint x="490" y="450"/>
                            <mxPoint x="380" y="450"/>
                            <mxPoint x="110" y="450"/>
                            <mxPoint x="110" y="110"/>
                        </Array>
                    </mxGeometry>
                </mxCell>
-                 <mxCell id="137" value="" style="endArrow=diamondThin;endFill=1;endSize=24;html=1;rounded=0;" edge="1" parent="61">
+                 <mxCell id="137" value="" style="endArrow=diamondThin;endFill=1;endSize=24;html=1;rounded=0;fontColor=#abb2bf;strokeColor=#abb2bf;" parent="61" edge="1">
                    <mxGeometry width="160" relative="1" as="geometry">
                        <mxPoint x="730" y="500" as="sourcePoint"/>
                        <mxPoint x="150" y="110" as="targetPoint"/>
                        <Array as="points">
                            <mxPoint x="730" y="470"/>
                            <mxPoint x="730" y="450"/>
                            <mxPoint x="610" y="450"/>
                            <mxPoint x="110" y="450"/>
                            <mxPoint x="110" y="280"/>
                            <mxPoint x="110" y="110"/>
                        </Array>
                    </mxGeometry>
                </mxCell>
-                 <mxCell id="139" value="" style="line;strokeWidth=1;fillColor=#ffe6cc;align=left;verticalAlign=middle;spacingTop=-1;spacingLeft=3;spacingRight=3;rotatable=0;labelPosition=right;points=[];portConstraint=eastwest;strokeColor=#d79b00;" vertex="1" parent="61">
+                 <mxCell id="139" value="" style="line;strokeWidth=1;fillColor=#3A2A1E;align=left;verticalAlign=middle;spacingTop=-1;spacingLeft=3;spacingRight=3;rotatable=0;labelPosition=right;points=[];portConstraint=eastwest;strokeColor=#F7BB20;fontColor=#abb2bf;" parent="61" vertex="1">
                    <mxGeometry x="410" y="356" width="160" height="18" as="geometry"/>
                </mxCell>
-                 <mxCell id="140" value="" style="line;strokeWidth=1;fillColor=#ffe6cc;align=left;verticalAlign=middle;spacingTop=-1;spacingLeft=3;spacingRight=3;rotatable=0;labelPosition=right;points=[];portConstraint=eastwest;strokeColor=#d79b00;" vertex="1" parent="61">
+                 <mxCell id="140" value="" style="line;strokeWidth=1;fillColor=#3A2A1E;align=left;verticalAlign=middle;spacingTop=-1;spacingLeft=3;spacingRight=3;rotatable=0;labelPosition=right;points=[];portConstraint=eastwest;strokeColor=#F7BB20;fontColor=#abb2bf;" parent="61" vertex="1">
                    <mxGeometry x="165" y="356" width="160" height="18" as="geometry"/>
                </mxCell>
-                 <mxCell id="141" value="&lt;font style=&quot;font-size: 10px;&quot;&gt;1&lt;/font&gt;" style="text;html=1;align=center;verticalAlign=middle;resizable=0;points=[];autosize=1;strokeColor=none;fillColor=none;imageAspect=1;imageWidth=12;noLabel=0;" vertex="1" parent="61">
+                 <mxCell id="141" value="&lt;font style=&quot;font-size: 10px;&quot;&gt;1&lt;/font&gt;" style="text;html=1;align=center;verticalAlign=middle;resizable=0;points=[];autosize=1;strokeColor=none;fillColor=none;imageAspect=1;imageWidth=12;noLabel=0;fontColor=#abb2bf;" parent="61" vertex="1">
                    <mxGeometry x="350" y="40" width="30" height="30" as="geometry"/>
                </mxCell>
-                 <mxCell id="142" value="0..*" style="text;html=1;align=center;verticalAlign=middle;resizable=0;points=[];autosize=1;strokeColor=none;fillColor=none;imageAspect=1;imageWidth=12;noLabel=0;" vertex="1" parent="61">
+                 <mxCell id="142" value="0..*" style="text;html=1;align=center;verticalAlign=middle;resizable=0;points=[];autosize=1;strokeColor=none;fillColor=none;imageAspect=1;imageWidth=12;noLabel=0;fontColor=#abb2bf;" parent="61" vertex="1">
                    <mxGeometry x="610" y="40" width="40" height="30" as="geometry"/>
                </mxCell>
-                 <mxCell id="143" value="1" style="text;html=1;align=center;verticalAlign=middle;resizable=0;points=[];autosize=1;strokeColor=none;fillColor=none;imageAspect=1;imageWidth=12;noLabel=0;" vertex="1" parent="61">
+                 <mxCell id="143" value="1" style="text;html=1;align=center;verticalAlign=middle;resizable=0;points=[];autosize=1;strokeColor=none;fillColor=none;imageAspect=1;imageWidth=12;noLabel=0;fontColor=#abb2bf;" parent="61" vertex="1">
                    <mxGeometry x="115" y="80" width="30" height="30" as="geometry"/>
                </mxCell>
-                 <mxCell id="41" value="&lt;font style=&quot;font-size: 10px;&quot;&gt;1&lt;/font&gt;" style="text;html=1;align=center;verticalAlign=middle;resizable=0;points=[];autosize=1;strokeColor=none;fillColor=none;imageAspect=1;imageWidth=12;noLabel=0;" parent="61" vertex="1">
+                 <mxCell id="41" value="&lt;font style=&quot;font-size: 10px;&quot;&gt;1&lt;/font&gt;" style="text;html=1;align=center;verticalAlign=middle;resizable=0;points=[];autosize=1;strokeColor=none;fillColor=none;imageAspect=1;imageWidth=12;noLabel=0;fontColor=#abb2bf;" parent="61" vertex="1">
                    <mxGeometry x="1025" y="128" width="30" height="30" as="geometry"/>
                </mxCell>
-                 <mxCell id="40" value="&lt;font style=&quot;font-size: 10px;&quot;&gt;0..*&lt;/font&gt;" style="text;html=1;align=center;verticalAlign=middle;resizable=0;points=[];autosize=1;strokeColor=none;fillColor=none;imageAspect=1;imageWidth=12;noLabel=0;" parent="61" vertex="1">
+                 <mxCell id="40" value="&lt;font style=&quot;font-size: 10px;&quot;&gt;0..*&lt;/font&gt;" style="text;html=1;align=center;verticalAlign=middle;resizable=0;points=[];autosize=1;strokeColor=none;fillColor=none;imageAspect=1;imageWidth=12;noLabel=0;fontColor=#abb2bf;" parent="61" vertex="1">
                    <mxGeometry x="1020" y="158" width="40" height="30" as="geometry"/>
                </mxCell>
-                 <mxCell id="53" value="0..*" style="text;html=1;align=center;verticalAlign=middle;resizable=0;points=[];autosize=1;strokeColor=none;fillColor=none;imageAspect=1;imageWidth=12;noLabel=0;" parent="61" vertex="1">
+                 <mxCell id="53" value="0..*" style="text;html=1;align=center;verticalAlign=middle;resizable=0;points=[];autosize=1;strokeColor=none;fillColor=none;imageAspect=1;imageWidth=12;noLabel=0;fontColor=#abb2bf;" parent="61" vertex="1">
                    <mxGeometry x="1020" y="440" width="40" height="30" as="geometry"/>
                </mxCell>
-                 <mxCell id="148" value="0..*" style="text;html=1;align=center;verticalAlign=middle;resizable=0;points=[];autosize=1;strokeColor=none;fillColor=none;imageAspect=1;imageWidth=12;noLabel=0;" vertex="1" parent="61">
+                 <mxCell id="148" value="0..*" style="text;html=1;align=center;verticalAlign=middle;resizable=0;points=[];autosize=1;strokeColor=none;fillColor=none;imageAspect=1;imageWidth=12;noLabel=0;fontColor=#abb2bf;" parent="61" vertex="1">
                    <mxGeometry x="240" y="470" width="40" height="30" as="geometry"/>
                </mxCell>
-                 <mxCell id="150" value="0..*" style="text;html=1;align=center;verticalAlign=middle;resizable=0;points=[];autosize=1;strokeColor=none;fillColor=none;imageAspect=1;imageWidth=12;noLabel=0;" vertex="1" parent="61">
+                 <mxCell id="150" value="0..*" style="text;html=1;align=center;verticalAlign=middle;resizable=0;points=[];autosize=1;strokeColor=none;fillColor=none;imageAspect=1;imageWidth=12;noLabel=0;fontColor=#abb2bf;" parent="61" vertex="1">
                    <mxGeometry x="490" y="470" width="40" height="30" as="geometry"/>
                </mxCell>
-                 <mxCell id="151" value="0..*" style="text;html=1;align=center;verticalAlign=middle;resizable=0;points=[];autosize=1;strokeColor=none;fillColor=none;imageAspect=1;imageWidth=12;noLabel=0;" vertex="1" parent="61">
+                 <mxCell id="151" value="0..*" style="text;html=1;align=center;verticalAlign=middle;resizable=0;points=[];autosize=1;strokeColor=none;fillColor=none;imageAspect=1;imageWidth=12;noLabel=0;fontColor=#abb2bf;" parent="61" vertex="1">
                    <mxGeometry x="730" y="470" width="40" height="30" as="geometry"/>
                </mxCell>
-                 <mxCell id="12" value="ItineraryDay" style="swimlane;fontStyle=1;align=center;verticalAlign=top;childLayout=stackLayout;horizontal=1;startSize=26;horizontalStack=0;resizeParent=1;resizeParentMax=0;resizeLast=0;collapsible=0;marginBottom=0;whiteSpace=wrap;html=1;fillColor=#f8cecc;strokeColor=#b85450;" parent="1" vertex="1">
+                 <mxCell id="12" value="ItineraryDay" style="swimlane;fontStyle=1;align=center;verticalAlign=top;childLayout=stackLayout;horizontal=1;startSize=26;horizontalStack=0;resizeParent=1;resizeParentMax=0;resizeLast=0;collapsible=0;marginBottom=0;whiteSpace=wrap;html=1;fillColor=#282C34;strokeColor=#D87470;fontColor=#abb2bf;" parent="1" vertex="1">
                    <mxGeometry x="1110" y="160" width="160" height="80" as="geometry">
                        <mxRectangle x="430" y="150" width="100" height="30" as="alternateBounds"/>
                    </mxGeometry>
                </mxCell>
-                 <mxCell id="13" value="- id: Long&lt;div&gt;- day: int&lt;br&gt;&lt;/div&gt;" style="text;strokeColor=#b85450;fillColor=#f8cecc;align=left;verticalAlign=top;spacingLeft=4;spacingRight=4;overflow=hidden;rotatable=0;points=[[0,0.5],[1,0.5]];portConstraint=eastwest;whiteSpace=wrap;html=1;" parent="12" vertex="1">
+                 <mxCell id="13" value="- id: Long&lt;div&gt;- day: int&lt;br&gt;&lt;/div&gt;" style="text;strokeColor=#D87470;fillColor=#282C34;align=left;verticalAlign=top;spacingLeft=4;spacingRight=4;overflow=hidden;rotatable=0;points=[[0,0.5],[1,0.5]];portConstraint=eastwest;whiteSpace=wrap;html=1;fontColor=#abb2bf;" parent="12" vertex="1">
                    <mxGeometry y="26" width="160" height="54" as="geometry"/>
                </mxCell>
-                 <mxCell id="15" value="Activity" style="swimlane;fontStyle=1;align=center;verticalAlign=top;childLayout=stackLayout;horizontal=1;startSize=26;horizontalStack=0;resizeParent=1;resizeParentMax=0;resizeLast=0;collapsible=0;marginBottom=0;whiteSpace=wrap;html=1;fillColor=#f8cecc;strokeColor=#b85450;" parent="1" vertex="1">
+                 <mxCell id="15" value="Activity" style="swimlane;fontStyle=1;align=center;verticalAlign=top;childLayout=stackLayout;horizontal=1;startSize=26;horizontalStack=0;resizeParent=1;resizeParentMax=0;resizeLast=0;collapsible=0;marginBottom=0;whiteSpace=wrap;html=1;fillColor=#282C34;strokeColor=#D87470;fontColor=#abb2bf;" parent="1" vertex="1">
                    <mxGeometry x="1110" y="300" width="160" height="110" as="geometry">
                        <mxRectangle x="430" y="150" width="100" height="30" as="alternateBounds"/>
                    </mxGeometry>
                </mxCell>
-                 <mxCell id="16" value="- id: Long&lt;div&gt;- activity: String&lt;/div&gt;&lt;div&gt;- details: String&lt;/div&gt;&lt;div&gt;- time: String&lt;/div&gt;&lt;div&gt;- duration: String&lt;/div&gt;" style="text;strokeColor=#b85450;fillColor=#f8cecc;align=left;verticalAlign=top;spacingLeft=4;spacingRight=4;overflow=hidden;rotatable=0;points=[[0,0.5],[1,0.5]];portConstraint=eastwest;whiteSpace=wrap;html=1;" parent="15" vertex="1">
+                 <mxCell id="16" value="- id: Long&lt;div&gt;- activity: String&lt;/div&gt;&lt;div&gt;- details: String&lt;/div&gt;&lt;div&gt;- time: String&lt;/div&gt;&lt;div&gt;- duration: String&lt;/div&gt;" style="text;strokeColor=#D87470;fillColor=#282C34;align=left;verticalAlign=top;spacingLeft=4;spacingRight=4;overflow=hidden;rotatable=0;points=[[0,0.5],[1,0.5]];portConstraint=eastwest;whiteSpace=wrap;html=1;fontColor=#abb2bf;" parent="15" vertex="1">
                    <mxGeometry y="26" width="160" height="84" as="geometry"/>
                </mxCell>
-                 <mxCell id="17" value="Location" style="swimlane;fontStyle=1;align=center;verticalAlign=top;childLayout=stackLayout;horizontal=1;startSize=26;horizontalStack=0;resizeParent=1;resizeParentMax=0;resizeLast=0;collapsible=0;marginBottom=0;whiteSpace=wrap;html=1;fillColor=#f8cecc;strokeColor=#b85450;" parent="1" vertex="1">
+                 <mxCell id="17" value="Location" style="swimlane;fontStyle=1;align=center;verticalAlign=top;childLayout=stackLayout;horizontal=1;startSize=26;horizontalStack=0;resizeParent=1;resizeParentMax=0;resizeLast=0;collapsible=0;marginBottom=0;whiteSpace=wrap;html=1;fillColor=#282C34;strokeColor=#D87470;fontColor=#abb2bf;" parent="1" vertex="1">
                    <mxGeometry x="1110" y="470" width="160" height="80" as="geometry">
                        <mxRectangle x="430" y="150" width="100" height="30" as="alternateBounds"/>
                    </mxGeometry>
                </mxCell>
-                 <mxCell id="18" value="- id: Long&lt;div&gt;- name: String&lt;/div&gt;&lt;div&gt;- address: String&lt;/div&gt;" style="text;strokeColor=#b85450;fillColor=#f8cecc;align=left;verticalAlign=top;spacingLeft=4;spacingRight=4;overflow=hidden;rotatable=0;points=[[0,0.5],[1,0.5]];portConstraint=eastwest;whiteSpace=wrap;html=1;" parent="17" vertex="1">
+                 <mxCell id="18" value="- id: Long&lt;div&gt;- name: String&lt;/div&gt;&lt;div&gt;- address: String&lt;/div&gt;" style="text;strokeColor=#D87470;fillColor=#282C34;align=left;verticalAlign=top;spacingLeft=4;spacingRight=4;overflow=hidden;rotatable=0;points=[[0,0.5],[1,0.5]];portConstraint=eastwest;whiteSpace=wrap;html=1;fontColor=#abb2bf;" parent="17" vertex="1">
                    <mxGeometry y="26" width="160" height="54" as="geometry"/>
                </mxCell>
-                 <mxCell id="19" value="GeographicPoint" style="swimlane;fontStyle=1;align=center;verticalAlign=top;childLayout=stackLayout;horizontal=1;startSize=26;horizontalStack=0;resizeParent=1;resizeParentMax=0;resizeLast=0;collapsible=0;marginBottom=0;whiteSpace=wrap;html=1;fillColor=#d5e8d4;strokeColor=#82b366;" parent="1" vertex="1">
+                 <mxCell id="19" value="GeographicPoint" style="swimlane;fontStyle=1;align=center;verticalAlign=top;childLayout=stackLayout;horizontal=1;startSize=26;horizontalStack=0;resizeParent=1;resizeParentMax=0;resizeLast=0;collapsible=0;marginBottom=0;whiteSpace=wrap;html=1;fillColor=#282C34;strokeColor=#A2D386;fontColor=#abb2bf;" parent="1" vertex="1">
                    <mxGeometry x="1110" y="610" width="160" height="80" as="geometry">
                        <mxRectangle x="430" y="150" width="100" height="30" as="alternateBounds"/>
                    </mxGeometry>
                </mxCell>
-                 <mxCell id="20" value="- id: Long&lt;div&gt;- latitude: Double&lt;/div&gt;&lt;div&gt;- longitude: Double&lt;/div&gt;" style="text;strokeColor=#82b366;fillColor=#d5e8d4;align=left;verticalAlign=top;spacingLeft=4;spacingRight=4;overflow=hidden;rotatable=0;points=[[0,0.5],[1,0.5]];portConstraint=eastwest;whiteSpace=wrap;html=1;" parent="19" vertex="1">
+                 <mxCell id="20" value="- id: Long&lt;div&gt;- latitude: Double&lt;/div&gt;&lt;div&gt;- longitude: Double&lt;/div&gt;" style="text;strokeColor=#A2D386;fillColor=#282C34;align=left;verticalAlign=top;spacingLeft=4;spacingRight=4;overflow=hidden;rotatable=0;points=[[0,0.5],[1,0.5]];portConstraint=eastwest;whiteSpace=wrap;html=1;fontColor=#abb2bf;" parent="19" vertex="1">
                    <mxGeometry y="26" width="160" height="54" as="geometry"/>
                </mxCell>
-                 <mxCell id="36" value="" style="endArrow=diamondThin;endFill=1;endSize=24;html=1;exitX=0.5;exitY=0;exitDx=0;exitDy=0;" parent="1" source="15" edge="1">
+                 <mxCell id="36" value="" style="endArrow=diamondThin;endFill=1;endSize=24;html=1;exitX=0.5;exitY=0;exitDx=0;exitDy=0;fontColor=#abb2bf;strokeColor=#abb2bf;" parent="1" source="15" edge="1">
                    <mxGeometry width="160" relative="1" as="geometry">
                        <mxPoint x="1299" y="259.64" as="sourcePoint"/>
                        <mxPoint x="1190" y="240" as="targetPoint"/>
                    </mxGeometry>
                </mxCell>
-                 <mxCell id="44" value="" style="endArrow=diamondThin;endFill=1;endSize=24;html=1;exitX=0.5;exitY=0;exitDx=0;exitDy=0;" parent="1" edge="1">
+                 <mxCell id="44" value="" style="endArrow=diamondThin;endFill=1;endSize=24;html=1;exitX=0.5;exitY=0;exitDx=0;exitDy=0;fontColor=#abb2bf;strokeColor=#abb2bf;" parent="1" edge="1">
                    <mxGeometry width="160" relative="1" as="geometry">
                        <mxPoint x="1189.52" y="470" as="sourcePoint"/>
                        <mxPoint x="1189.52" y="410" as="targetPoint"/>
                    </mxGeometry>
                </mxCell>
-                 <mxCell id="45" value="&lt;span style=&quot;font-size: 10px;&quot;&gt;1&lt;/span&gt;" style="text;html=1;align=center;verticalAlign=middle;resizable=0;points=[];autosize=1;strokeColor=none;fillColor=none;imageAspect=1;imageWidth=12;noLabel=0;" parent="1" vertex="1">
+                 <mxCell id="45" value="&lt;span style=&quot;font-size: 10px;&quot;&gt;1&lt;/span&gt;" style="text;html=1;align=center;verticalAlign=middle;resizable=0;points=[];autosize=1;strokeColor=none;fillColor=none;imageAspect=1;imageWidth=12;noLabel=0;fontColor=#abb2bf;" parent="1" vertex="1">
                    <mxGeometry x="1190" y="410" width="30" height="30" as="geometry"/>
                </mxCell>
-                 <mxCell id="46" value="&lt;span style=&quot;font-size: 10px;&quot;&gt;1&lt;/span&gt;" style="text;html=1;align=center;verticalAlign=middle;resizable=0;points=[];autosize=1;strokeColor=none;fillColor=none;imageAspect=1;imageWidth=12;noLabel=0;" parent="1" vertex="1">
+                 <mxCell id="46" value="&lt;span style=&quot;font-size: 10px;&quot;&gt;1&lt;/span&gt;" style="text;html=1;align=center;verticalAlign=middle;resizable=0;points=[];autosize=1;strokeColor=none;fillColor=none;imageAspect=1;imageWidth=12;noLabel=0;fontColor=#abb2bf;" parent="1" vertex="1">
                    <mxGeometry x="1190" y="440" width="30" height="30" as="geometry"/>
                </mxCell>
-                 <mxCell id="49" value="" style="endArrow=diamondThin;endFill=0;endSize=24;html=1;entryX=0.5;entryY=1;entryDx=0;entryDy=0;entryPerimeter=0;exitX=0.5;exitY=0;exitDx=0;exitDy=0;" parent="1" target="18" edge="1">
+                 <mxCell id="49" value="" style="endArrow=diamondThin;endFill=0;endSize=24;html=1;entryX=0.5;entryY=1;entryDx=0;entryDy=0;entryPerimeter=0;exitX=0.5;exitY=0;exitDx=0;exitDy=0;fontColor=#abb2bf;strokeColor=#abb2bf;" parent="1" target="18" edge="1">
                    <mxGeometry width="160" relative="1" as="geometry">
                        <mxPoint x="1190" y="610" as="sourcePoint"/>
                        <mxPoint x="1189.3600000000001" y="551.458" as="targetPoint"/>
                    </mxGeometry>
                </mxCell>
            </root>
        </mxGraphModel>
    </diagram>
</mxfile>